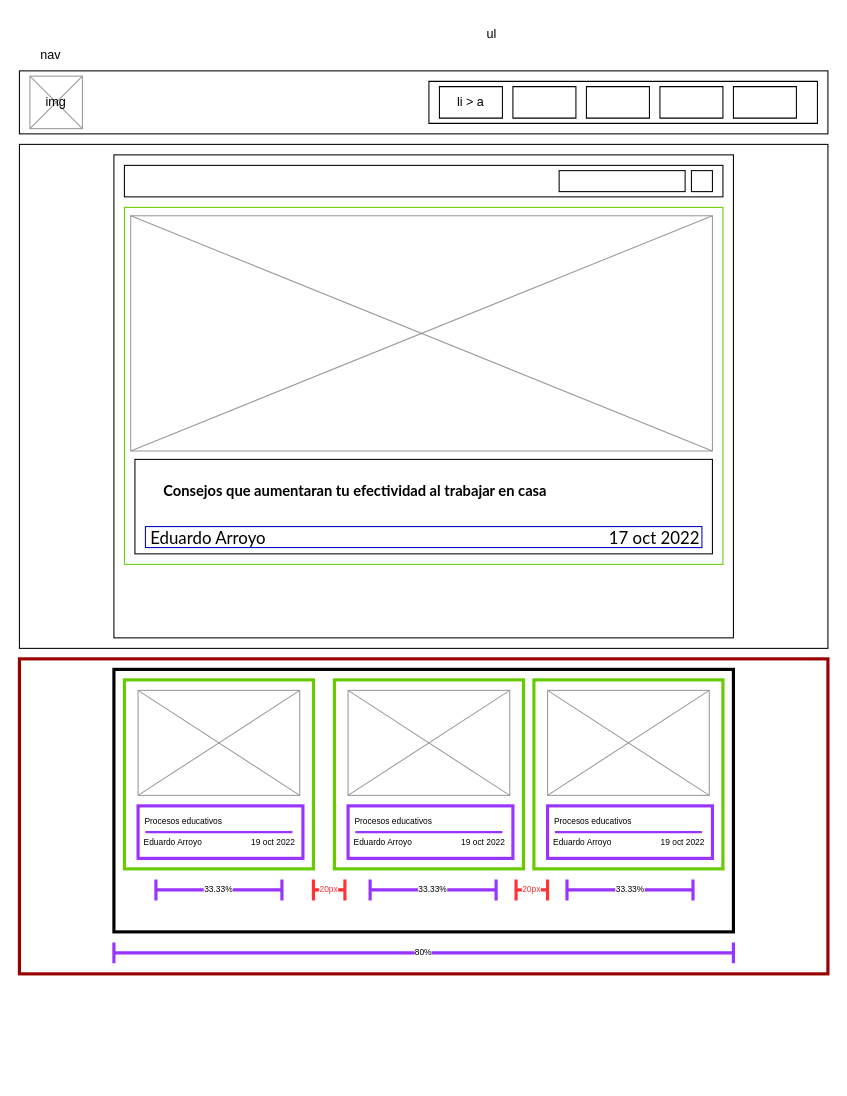
Above: 01 HTML Y CSS/03 platzi demo/Diagrama sin título.drawio in Eduarrb/dw2022-4 (draw.io), before the change. Source tidied: cells renumbered, new cells numbered last; positions are measured from the earlier drawing's top-left corner, leaving out a move shared by most shapes. Both pictures are drawn from the tidied source at 105%, with x=0, y=0 at pixel (19, 18).
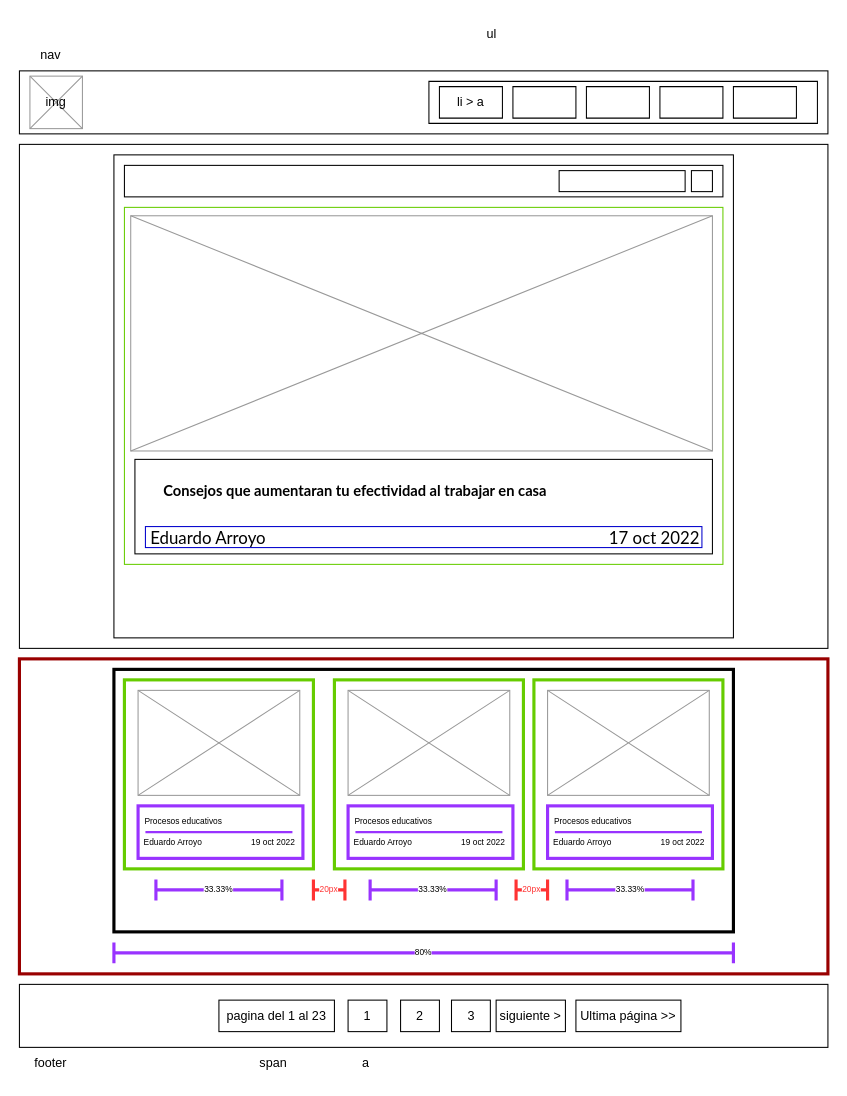
Above is the later version.

Diff of the diagram source:
```diff
@@
+    <mxCell id="56" style="rounded=0;whiteSpace=wrap;html=1;" parent="1" vertex="1">
+      <mxGeometry y="920" width="770" height="60" as="geometry" />
+    </mxCell>
+    <mxCell id="57" value="footer" style="text;html=1;strokeColor=none;fillColor=none;align=center;verticalAlign=middle;whiteSpace=wrap;rounded=0;" parent="1" vertex="1">
+      <mxGeometry y="980" width="60" height="30" as="geometry" />
+    </mxCell>
+    <mxCell id="58" value="pagina del 1 al 23" style="rounded=0;whiteSpace=wrap;html=1;" parent="1" vertex="1">
+      <mxGeometry x="190" y="935" width="110" height="30" as="geometry" />
+    </mxCell>
+    <mxCell id="59" value="span" style="text;html=1;strokeColor=none;fillColor=none;align=center;verticalAlign=middle;whiteSpace=wrap;rounded=0;" parent="1" vertex="1">
+      <mxGeometry x="212" y="980" width="60" height="30" as="geometry" />
+    </mxCell>
+    <mxCell id="60" value="1" style="rounded=0;whiteSpace=wrap;html=1;" parent="1" vertex="1">
+      <mxGeometry x="313" y="935" width="37" height="30" as="geometry" />
+    </mxCell>
+    <mxCell id="61" value="2" style="rounded=0;whiteSpace=wrap;html=1;" parent="1" vertex="1">
+      <mxGeometry x="363" y="935" width="37" height="30" as="geometry" />
+    </mxCell>
+    <mxCell id="62" value="3" style="rounded=0;whiteSpace=wrap;html=1;" parent="1" vertex="1">
+      <mxGeometry x="411.5" y="935" width="37" height="30" as="geometry" />
+    </mxCell>
+    <mxCell id="63" value="siguiente &amp;gt;" style="rounded=0;whiteSpace=wrap;html=1;" parent="1" vertex="1">
+      <mxGeometry x="454" y="935" width="66" height="30" as="geometry" />
+    </mxCell>
+    <mxCell id="64" value="Ultima página &amp;gt;&amp;gt;" style="rounded=0;whiteSpace=wrap;html=1;" parent="1" vertex="1">
+      <mxGeometry x="530" y="935" width="100" height="30" as="geometry" />
+    </mxCell>
+    <mxCell id="65" value="a" style="text;html=1;strokeColor=none;fillColor=none;align=center;verticalAlign=middle;whiteSpace=wrap;rounded=0;" parent="1" vertex="1">
+      <mxGeometry x="300" y="980" width="60" height="30" as="geometry" />
+    </mxCell>
```
